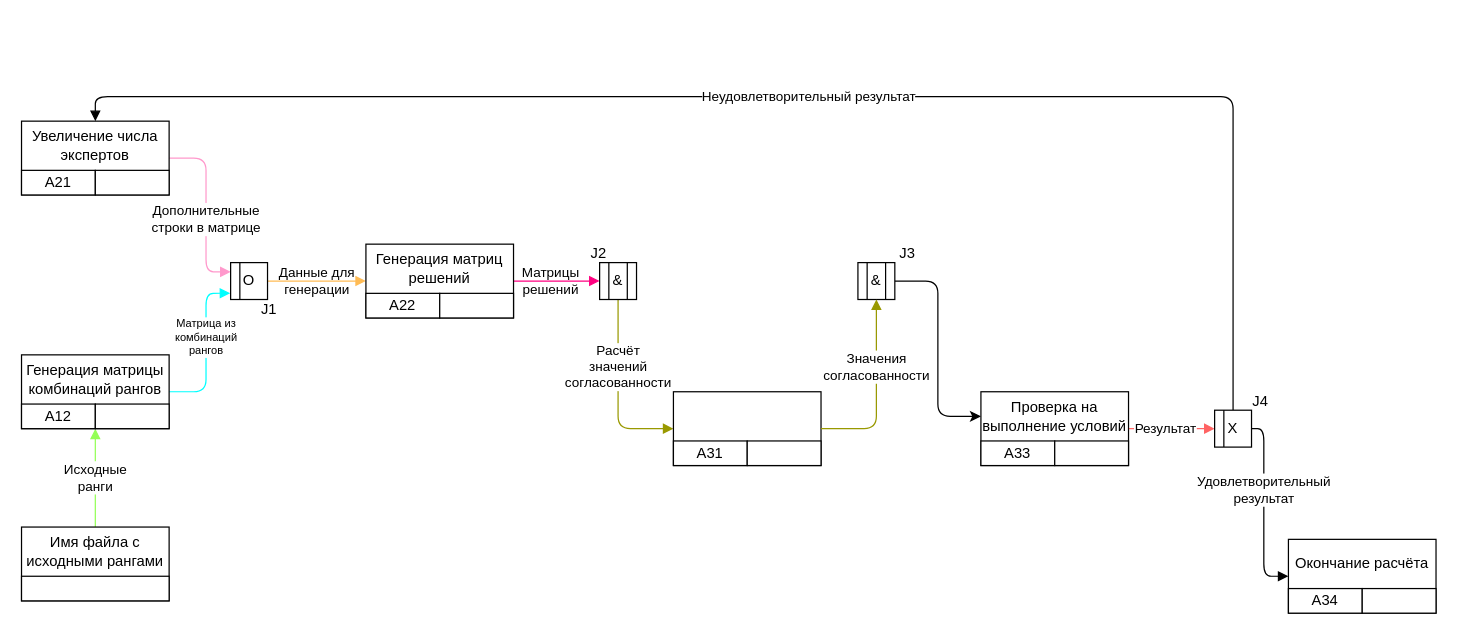
The draw.io diagram draw_io/IDEF3.drawio in Dimj1k/Works, before the edit. Source tidied: cells renumbered, new cells numbered last; positions are measured from the earlier drawing's top-left corner, leaving out a move shared by most shapes. Both pictures are drawn from the tidied source at 123%, with x=0, y=0 at pixel (21, 96).
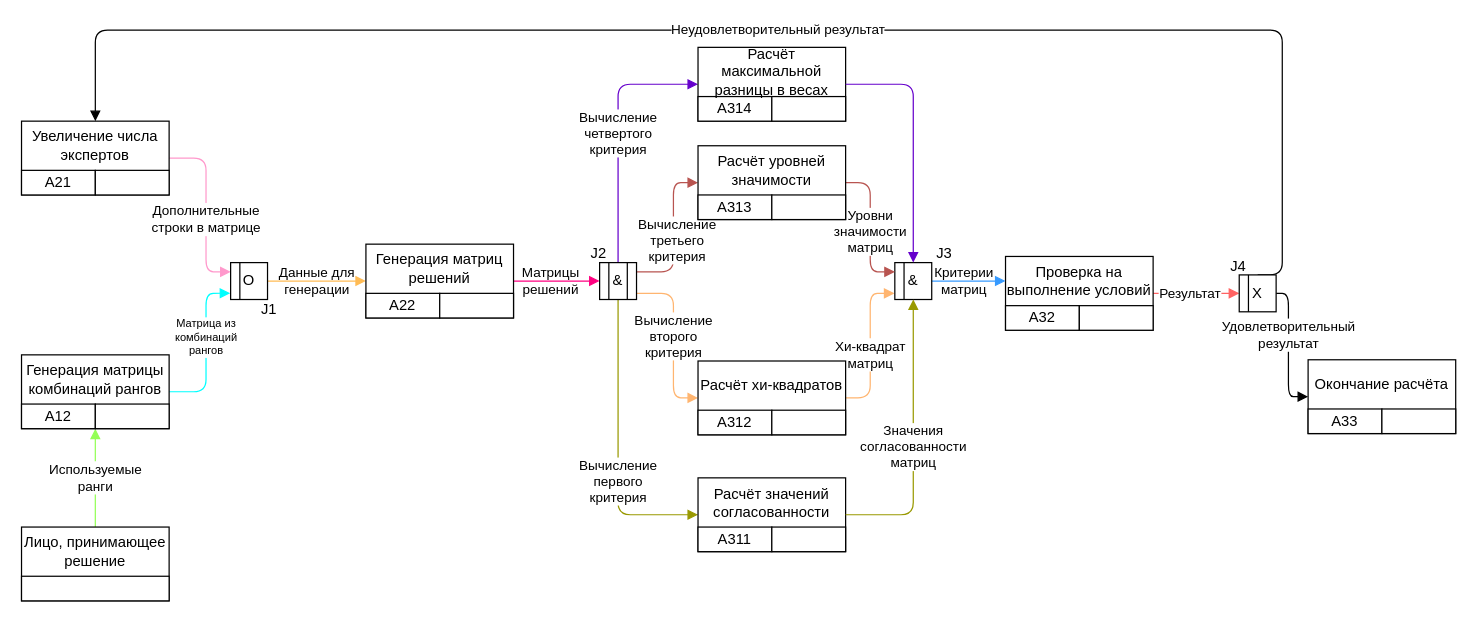
Above is the later version.

Unchanged cells that the change refers to:
```xml
<mxCell id="19" value="Увеличение числа экспертов" style="text;html=1;strokeColor=none;fillColor=none;align=center;verticalAlign=middle;whiteSpace=wrap;rounded=0;" parent="14" vertex="1">
  <mxGeometry width="120" height="40" as="geometry" />
</mxCell>
<mxCell id="25" value="А12" style="text;html=1;strokeColor=none;fillColor=none;align=center;verticalAlign=middle;whiteSpace=wrap;rounded=0;" parent="21" vertex="1">
  <mxGeometry y="40" width="60" height="20" as="geometry" />
</mxCell>
<mxCell id="33" value="Проверка на выполнение условий" style="text;html=1;strokeColor=none;fillColor=none;align=center;verticalAlign=middle;whiteSpace=wrap;rounded=0;" parent="28" vertex="1">
  <mxGeometry width="120" height="40" as="geometry" />
</mxCell>
<mxCell id="43" value="Окончание расчёта" style="text;html=1;strokeColor=none;fillColor=none;align=center;verticalAlign=middle;whiteSpace=wrap;rounded=0;" parent="38" vertex="1">
  <mxGeometry width="120" height="40" as="geometry" />
</mxCell>
<mxCell id="45" value="&amp;amp;" style="rounded=0;whiteSpace=wrap;html=1;" parent="1" vertex="1">
  <mxGeometry x="470" y="135" width="30" height="30" as="geometry" />
</mxCell>
<mxCell id="48" style="group;" parent="1" vertex="1">
  <mxGeometry y="350" width="120" height="60" as="geometry" />
</mxCell>
```

Change to the diagram source:
```diff
@@
+    <mxCell id="66" value="Хи-квадрат&lt;br&gt;матриц" style="edgeStyle=orthogonalEdgeStyle;rounded=1;jettySize=auto;html=1;exitX=1;exitY=0.75;exitDx=0;exitDy=0;endArrow=block;endFill=1;strokeColor=#FFB570;entryX=-0.011;entryY=0.833;entryDx=0;entryDy=0;entryPerimeter=0;" parent="1" edge="1" source="75" target="58">
+      <mxGeometry x="-0.12" relative="1" as="geometry">
+        <Array as="points">
+          <mxPoint x="690" y="245" />
+          <mxPoint x="690" y="160" />
+        </Array>
+      </mxGeometry>
+    </mxCell>
-    <mxCell id="2" value="&lt;div&gt;Исходные&lt;/div&gt;&lt;div&gt;ранги&lt;br&gt;&lt;/div&gt;" style="edgeStyle=orthogonalEdgeStyle;rounded=1;jettySize=auto;html=1;entryX=1;entryY=1;entryDx=0;entryDy=0;strokeColor=#94FF57;endArrow=block;endFill=1;" parent="1" edge="1" source="51" target="25">
+    <mxCell id="2" value="&lt;div&gt;Используемые&lt;/div&gt;&lt;div&gt;ранги&lt;br&gt;&lt;/div&gt;" style="edgeStyle=orthogonalEdgeStyle;rounded=1;jettySize=auto;html=1;entryX=1;entryY=1;entryDx=0;entryDy=0;strokeColor=#94FF57;endArrow=block;endFill=1;" parent="1" edge="1" source="51" target="25">
       <mxGeometry relative="1" as="geometry" />
     </mxCell>
@@
     <mxCell id="28" style="group;" parent="1" vertex="1">
-      <mxGeometry x="780" y="240" width="120" height="60" as="geometry" />
+      <mxGeometry x="800" y="130" width="120" height="60" as="geometry" />
     </mxCell>
@@
-    <mxCell id="32" value="А33" style="text;html=1;strokeColor=none;fillColor=none;align=center;verticalAlign=middle;whiteSpace=wrap;rounded=0;" parent="28" vertex="1">
+    <mxCell id="32" value="А32" style="text;html=1;strokeColor=none;fillColor=none;align=center;verticalAlign=middle;whiteSpace=wrap;rounded=0;" parent="28" vertex="1">
       <mxGeometry y="40" width="60" height="20" as="geometry" />
     </mxCell>
@@
     <mxCell id="34" value="Неудовлетворительный результат" style="edgeStyle=orthogonalEdgeStyle;rounded=1;jettySize=auto;html=1;entryX=0.5;entryY=0;entryDx=0;entryDy=0;exitX=0.5;exitY=0;exitDx=0;exitDy=0;endArrow=block;endFill=1;" parent="1" edge="1" source="36" target="19">
       <mxGeometry relative="1" as="geometry">
         <Array as="points">
-          <mxPoint x="985" />
-          <mxPoint x="60" />
+          <mxPoint x="1025" y="-54" />
+          <mxPoint x="60" y="-54" />
         </Array>
       </mxGeometry>
     </mxCell>
     <mxCell id="35" value="Удовлетворительный&lt;br&gt;результат" style="rounded=1;jettySize=auto;html=1;exitX=1;exitY=0.5;exitDx=0;exitDy=0;entryX=0;entryY=0.75;entryDx=0;entryDy=0;endArrow=block;endFill=1;strokeColor=default;edgeStyle=orthogonalEdgeStyle;" parent="1" edge="1" source="36" target="43">
       <mxGeometry x="-0.2" relative="1" as="geometry">
         <Array as="points">
-          <mxPoint x="1010" y="270" />
-          <mxPoint x="1010" y="390" />
+          <mxPoint x="1030" y="160" />
+          <mxPoint x="1030" y="244" />
         </Array>
       </mxGeometry>
     </mxCell>
     <mxCell id="36" value="X" style="rounded=0;whiteSpace=wrap;html=1;" parent="1" vertex="1">
-      <mxGeometry x="970" y="255" width="30" height="30" as="geometry" />
+      <mxGeometry x="990" y="145" width="30" height="30" as="geometry" />
     </mxCell>
@@
     <mxCell id="38" style="group;" parent="1" vertex="1">
-      <mxGeometry x="1030" y="360" width="120" height="60" as="geometry" />
+      <mxGeometry x="1046" y="214" width="120" height="60" as="geometry" />
     </mxCell>
@@
-    <mxCell id="42" value="А34" style="text;html=1;strokeColor=none;fillColor=none;align=center;verticalAlign=middle;whiteSpace=wrap;rounded=0;" parent="38" vertex="1">
+    <mxCell id="42" value="А33" style="text;html=1;strokeColor=none;fillColor=none;align=center;verticalAlign=middle;whiteSpace=wrap;rounded=0;" parent="38" vertex="1">
       <mxGeometry y="40" width="60" height="20" as="geometry" />
     </mxCell>
@@
-    <mxCell id="44" value="Расчёт&lt;br&gt;значений&lt;br&gt;согласованности" style="edgeStyle=orthogonalEdgeStyle;rounded=1;jettySize=auto;html=1;entryX=0;entryY=0.75;entryDx=0;entryDy=0;endArrow=block;endFill=1;strokeColor=#999900;" parent="1" edge="1" source="45">
-      <mxGeometry x="-0.27" relative="1" as="geometry">
-        <mxPoint x="530" y="270" as="targetPoint" />
+    <mxCell id="44" value="Вычисление&lt;br&gt;первого&lt;br&gt;критерия" style="edgeStyle=orthogonalEdgeStyle;rounded=1;jettySize=auto;html=1;entryX=0;entryY=0.5;entryDx=0;entryDy=0;endArrow=block;endFill=1;strokeColor=#999900;" parent="1" edge="1" source="45" target="53">
+      <mxGeometry x="0.23" relative="1" as="geometry">
         <Array as="points">
-          <mxPoint x="485" y="270" />
+          <mxPoint x="485" y="340" />
         </Array>
       </mxGeometry>
     </mxCell>
+    <mxCell id="67" value="Вычисление&lt;br&gt;второго&lt;br&gt;критерия" style="edgeStyle=orthogonalEdgeStyle;rounded=1;jettySize=auto;html=1;entryX=0;entryY=0.75;entryDx=0;entryDy=0;exitX=1.003;exitY=0.832;exitDx=0;exitDy=0;exitPerimeter=0;endArrow=block;endFill=1;strokeColor=#FFB570;" parent="1" edge="1" source="45" target="75">
+      <mxGeometry x="-0.04" relative="1" as="geometry">
+        <Array as="points">
+          <mxPoint x="530" y="160" />
+          <mxPoint x="530" y="245" />
+        </Array>
+      </mxGeometry>
+    </mxCell>
+    <mxCell id="68" value="Вычисление&lt;br&gt;третьего&lt;br&gt;критерия" style="edgeStyle=orthogonalEdgeStyle;rounded=1;jettySize=auto;html=1;exitX=1;exitY=0.25;exitDx=0;exitDy=0;entryX=0;entryY=0.75;entryDx=0;entryDy=0;endArrow=block;endFill=1;strokeColor=#B85450;" parent="1" edge="1" source="45" target="82">
+      <mxGeometry x="-0.09" y="-3" relative="1" as="geometry">
+        <Array as="points">
+          <mxPoint x="530" y="143" />
+          <mxPoint x="530" y="70" />
+        </Array>
+      </mxGeometry>
+    </mxCell>
+    <mxCell id="69" value="Вычисление&lt;br&gt;четвертого&lt;br&gt;критерия" style="edgeStyle=orthogonalEdgeStyle;rounded=1;jettySize=auto;html=1;exitX=0.5;exitY=0;exitDx=0;exitDy=0;entryX=0;entryY=0.75;entryDx=0;entryDy=0;strokeColor=#6600CC;endArrow=block;endFill=1;" parent="1" edge="1" source="45" target="88">
+      <mxGeometry relative="1" as="geometry">
+        <Array as="points">
+          <mxPoint x="485" y="-10" />
+        </Array>
+      </mxGeometry>
+    </mxCell>
@@
-    <mxCell id="51" value="Имя файла с исходными рангами" style="text;html=1;strokeColor=none;fillColor=none;align=center;verticalAlign=middle;whiteSpace=wrap;rounded=0;" parent="48" vertex="1">
+    <mxCell id="51" value="Лицо, принимающее решение" style="text;html=1;strokeColor=none;fillColor=none;align=center;verticalAlign=middle;whiteSpace=wrap;rounded=0;" parent="48" vertex="1">
       <mxGeometry width="120" height="40" as="geometry" />
     </mxCell>
     <mxCell id="52" style="group;" parent="1" vertex="1">
-      <mxGeometry x="530" y="240" width="120" height="60" as="geometry" />
+      <mxGeometry x="550" y="310" width="120" height="60" as="geometry" />
     </mxCell>
-    <mxCell id="53" style="rounded=0;whiteSpace=wrap;html=1;" parent="52" vertex="1">
+    <mxCell id="53" value="Расчёт значений согласованности" style="rounded=0;whiteSpace=wrap;html=1;verticalAlign=top;" parent="52" vertex="1">
       <mxGeometry width="120" height="60" as="geometry" />
     </mxCell>
@@
-    <mxCell id="56" value="А31" style="text;html=1;strokeColor=none;fillColor=none;align=center;verticalAlign=middle;whiteSpace=wrap;rounded=0;" parent="52" vertex="1">
+    <mxCell id="56" value="А311" style="text;html=1;strokeColor=none;fillColor=none;align=center;verticalAlign=middle;whiteSpace=wrap;rounded=0;" parent="52" vertex="1">
       <mxGeometry y="40" width="60" height="20" as="geometry" />
     </mxCell>
-    <mxCell id="57" style="edgeStyle=orthogonalEdgeStyle;rounded=1;jettySize=auto;html=1;entryX=0;entryY=0.5;entryDx=0;entryDy=0;" parent="1" edge="1" source="58" target="33">
-      <mxGeometry relative="1" as="geometry" />
+    <mxCell id="57" value="Критерии&lt;br&gt;матриц" style="edgeStyle=orthogonalEdgeStyle;rounded=1;jettySize=auto;html=1;entryX=0;entryY=0.5;entryDx=0;entryDy=0;endArrow=block;endFill=1;strokeColor=#369AFF;labelBackgroundColor=none;" parent="1" edge="1" source="58" target="33">
+      <mxGeometry x="-0.13" relative="1" as="geometry" />
     </mxCell>
     <mxCell id="58" value="&amp;amp;" style="rounded=0;whiteSpace=wrap;html=1;" parent="1" vertex="1">
-      <mxGeometry x="680" y="135" width="30" height="30" as="geometry" />
+      <mxGeometry x="710" y="135" width="30" height="30" as="geometry" />
     </mxCell>
@@
-    <mxCell id="60" style="endArrow=none;html=1;rounded=0;entryX=0.75;entryY=0;entryDx=0;entryDy=0;exitX=0.75;exitY=1;exitDx=0;exitDy=0;" parent="1" edge="1" source="58" target="58">
-      <mxGeometry relative="1" as="geometry" />
-    </mxCell>
-    <mxCell id="61" value="Значения&lt;br&gt;согласованности" style="edgeStyle=orthogonalEdgeStyle;rounded=1;jettySize=auto;html=1;exitX=1;exitY=0.75;exitDx=0;exitDy=0;entryX=0.5;entryY=1;entryDx=0;entryDy=0;strokeColor=#999900;endArrow=block;endFill=1;" parent="1" edge="1" target="58">
-      <mxGeometry x="0.27" relative="1" as="geometry">
-        <mxPoint x="650" y="270" as="sourcePoint" />
+    <mxCell id="61" value="Значения&lt;br&gt;согласованности&lt;br&gt;матриц" style="edgeStyle=orthogonalEdgeStyle;rounded=1;jettySize=auto;html=1;exitX=1;exitY=0.5;exitDx=0;exitDy=0;entryX=0.5;entryY=1;entryDx=0;entryDy=0;strokeColor=#999900;endArrow=block;endFill=1;" parent="1" edge="1" source="53" target="58">
+      <mxGeometry x="-0.04" relative="1" as="geometry">
         <Array as="points">
-          <mxPoint x="695" y="270" />
+          <mxPoint x="725" y="340" />
         </Array>
       </mxGeometry>
     </mxCell>
@@
     <mxCell id="64" value="J3" style="text;html=1;align=center;verticalAlign=middle;strokeColor=none;fillColor=none;" parent="1" vertex="1">
-      <mxGeometry x="700" y="113" width="40" height="30" as="geometry" />
+      <mxGeometry x="730" y="113" width="40" height="30" as="geometry" />
     </mxCell>
     <mxCell id="65" value="J4" style="text;html=1;align=center;verticalAlign=middle;strokeColor=none;fillColor=none;" parent="1" vertex="1">
-      <mxGeometry x="987" y="233" width="40" height="30" as="geometry" />
+      <mxGeometry x="969" y="123" width="40" height="30" as="geometry" />
     </mxCell>
+    <mxCell id="70" style="group;" parent="1" vertex="1">
+      <mxGeometry x="550" y="215" width="120" height="60" as="geometry" />
+    </mxCell>
+    <mxCell id="71" style="rounded=0;whiteSpace=wrap;html=1;" parent="70" vertex="1">
+      <mxGeometry width="120" height="60" as="geometry" />
+    </mxCell>
+    <mxCell id="72" style="rounded=0;whiteSpace=wrap;html=1;" parent="70" vertex="1">
+      <mxGeometry y="40" width="60" height="20" as="geometry" />
+    </mxCell>
+    <mxCell id="73" style="rounded=0;whiteSpace=wrap;html=1;" parent="70" vertex="1">
+      <mxGeometry x="60" y="40" width="60" height="20" as="geometry" />
+    </mxCell>
+    <mxCell id="74" value="А312" style="text;html=1;strokeColor=none;fillColor=none;align=center;verticalAlign=middle;whiteSpace=wrap;rounded=0;" parent="70" vertex="1">
+      <mxGeometry y="40" width="60" height="20" as="geometry" />
+    </mxCell>
+    <mxCell id="75" value="Расчёт хи-квадратов" style="text;html=1;strokeColor=none;fillColor=none;align=center;verticalAlign=middle;whiteSpace=wrap;rounded=0;" parent="70" vertex="1">
+      <mxGeometry width="120" height="40" as="geometry" />
+    </mxCell>
+    <mxCell id="76" value="Уровни&lt;br&gt;значимости&lt;br&gt;матриц" style="edgeStyle=orthogonalEdgeStyle;rounded=1;jettySize=auto;html=1;exitX=1;exitY=0.75;exitDx=0;exitDy=0;entryX=0;entryY=0.25;entryDx=0;entryDy=0;strokeColor=#B85450;endArrow=block;endFill=1;" parent="1" edge="1" source="82" target="58">
+      <mxGeometry x="0.07" relative="1" as="geometry" />
+    </mxCell>
+    <mxCell id="77" style="group;" parent="1" vertex="1">
+      <mxGeometry x="550" y="40" width="120" height="60" as="geometry" />
+    </mxCell>
+    <mxCell id="78" style="rounded=0;whiteSpace=wrap;html=1;" parent="77" vertex="1">
+      <mxGeometry width="120" height="60" as="geometry" />
+    </mxCell>
+    <mxCell id="79" style="rounded=0;whiteSpace=wrap;html=1;" parent="77" vertex="1">
+      <mxGeometry y="40" width="60" height="20" as="geometry" />
+    </mxCell>
+    <mxCell id="80" style="rounded=0;whiteSpace=wrap;html=1;" parent="77" vertex="1">
+      <mxGeometry x="60" y="40" width="60" height="20" as="geometry" />
+    </mxCell>
+    <mxCell id="81" value="А313" style="text;html=1;strokeColor=none;fillColor=none;align=center;verticalAlign=middle;whiteSpace=wrap;rounded=0;" parent="77" vertex="1">
+      <mxGeometry y="40" width="60" height="20" as="geometry" />
+    </mxCell>
+    <mxCell id="82" value="Расчёт уровней&lt;br&gt;значимости" style="text;html=1;strokeColor=none;fillColor=none;align=center;verticalAlign=middle;whiteSpace=wrap;rounded=0;" parent="77" vertex="1">
+      <mxGeometry width="120" height="40" as="geometry" />
+    </mxCell>
+    <mxCell id="83" style="group;" parent="1" vertex="1">
+      <mxGeometry x="550" y="-40" width="120" height="60" as="geometry" />
+    </mxCell>
+    <mxCell id="84" style="rounded=0;whiteSpace=wrap;html=1;" parent="83" vertex="1">
+      <mxGeometry width="120" height="60" as="geometry" />
+    </mxCell>
+    <mxCell id="85" style="rounded=0;whiteSpace=wrap;html=1;" parent="83" vertex="1">
+      <mxGeometry y="40" width="60" height="20" as="geometry" />
+    </mxCell>
+    <mxCell id="86" style="rounded=0;whiteSpace=wrap;html=1;" parent="83" vertex="1">
+      <mxGeometry x="60" y="40" width="60" height="20" as="geometry" />
+    </mxCell>
+    <mxCell id="87" value="А314" style="text;html=1;strokeColor=none;fillColor=none;align=center;verticalAlign=middle;whiteSpace=wrap;rounded=0;" parent="83" vertex="1">
+      <mxGeometry y="40" width="60" height="20" as="geometry" />
+    </mxCell>
+    <mxCell id="88" value="Расчёт максимальной разницы в весах" style="text;html=1;strokeColor=none;fillColor=none;align=center;verticalAlign=middle;whiteSpace=wrap;rounded=0;" parent="83" vertex="1">
+      <mxGeometry width="120" height="40" as="geometry" />
+    </mxCell>
+    <mxCell id="89" style="edgeStyle=orthogonalEdgeStyle;rounded=1;jettySize=auto;html=1;exitX=1;exitY=0.75;exitDx=0;exitDy=0;entryX=0.5;entryY=0;entryDx=0;entryDy=0;strokeColor=#6600CC;endArrow=block;endFill=1;" parent="1" edge="1" source="88" target="58">
+      <mxGeometry relative="1" as="geometry" />
+    </mxCell>
```
